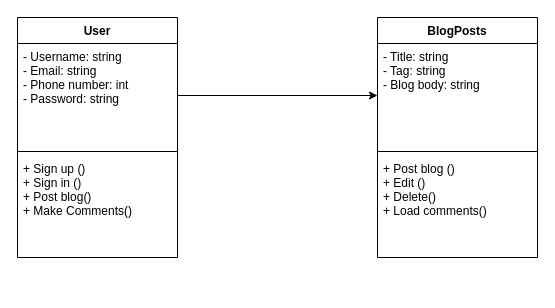
Earlier version of the draw.io diagram Group_1_UML/ClassILL.drawio (BlackboardYang/BlogYangBofan). Source tidied: cells renumbered, new cells numbered last; positions are measured from the earlier drawing's top-left corner, leaving out a move shared by most shapes. Both pictures are drawn from the tidied source at 100%, with x=0, y=0 at pixel (17, 17).
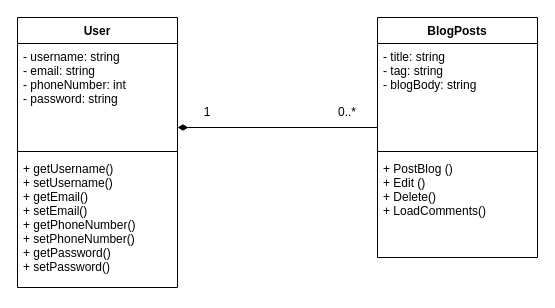
After the change.

Change to the diagram source:
```diff
@@
 <mxGraphModel>
   <root>
     <mxCell id="0" />
     <mxCell id="1" parent="0" />
-    <mxCell id="2" value="User" style="swimlane;fontStyle=1;align=center;verticalAlign=top;horizontal=1;startSize=26;" parent="1" vertex="1">
-      <mxGeometry width="160" height="240" as="geometry" />
-    </mxCell>
-    <mxCell id="3" value="- Username: string&#10;- Email: string&#10;- Phone number: int&#10;- Password: string" style="text;strokeColor=none;fillColor=none;align=left;verticalAlign=top;spacingLeft=4;spacingRight=4;overflow=hidden;points=[[0,0.5],[1,0.5]];portConstraint=eastwest;" parent="2" vertex="1">
-      <mxGeometry y="26" width="160" height="104" as="geometry" />
-    </mxCell>
-    <mxCell id="4" style="line;strokeWidth=1;fillColor=none;align=left;verticalAlign=middle;spacingTop=-1;spacingLeft=3;spacingRight=3;labelPosition=right;" parent="2" vertex="1">
-      <mxGeometry y="130" width="160" height="8" as="geometry" />
-    </mxCell>
-    <mxCell id="5" value="+ Sign up ()&#10;+ Sign in ()&#10;+ Post blog()&#10;+ Make Comments()" style="text;strokeColor=none;fillColor=none;align=left;verticalAlign=top;spacingLeft=4;spacingRight=4;overflow=hidden;" parent="2" vertex="1">
-      <mxGeometry y="138" width="160" height="102" as="geometry" />
-    </mxCell>
     <mxCell id="6" value="BlogPosts" style="swimlane;fontStyle=1;align=center;verticalAlign=top;horizontal=1;startSize=26;" parent="1" vertex="1">
       <mxGeometry x="360" width="160" height="240" as="geometry" />
     </mxCell>
-    <mxCell id="7" value="- Title: string&#10;- Tag: string&#10;- Blog body: string" style="text;strokeColor=none;fillColor=none;align=left;verticalAlign=top;spacingLeft=4;spacingRight=4;overflow=hidden;points=[[0,0.5],[1,0.5]];portConstraint=eastwest;" parent="6" vertex="1">
+    <mxCell id="7" value="- title: string&#10;- tag: string&#10;- blogBody: string" style="text;strokeColor=none;fillColor=none;align=left;verticalAlign=top;spacingLeft=4;spacingRight=4;overflow=hidden;points=[[0,0.5],[1,0.5]];portConstraint=eastwest;" parent="6" vertex="1">
       <mxGeometry y="26" width="160" height="104" as="geometry" />
     </mxCell>
     <mxCell id="8" style="line;strokeWidth=1;fillColor=none;align=left;verticalAlign=middle;spacingTop=-1;spacingLeft=3;spacingRight=3;labelPosition=right;" parent="6" vertex="1">
       <mxGeometry y="130" width="160" height="8" as="geometry" />
     </mxCell>
-    <mxCell id="9" value="+ Post blog ()&#10;+ Edit ()&#10;+ Delete()&#10;+ Load comments()" style="text;strokeColor=none;fillColor=none;align=left;verticalAlign=top;spacingLeft=4;spacingRight=4;overflow=hidden;" parent="6" vertex="1">
+    <mxCell id="9" value="+ PostBlog ()&#10;+ Edit ()&#10;+ Delete()&#10;+ LoadComments()" style="text;strokeColor=none;fillColor=none;align=left;verticalAlign=top;spacingLeft=4;spacingRight=4;overflow=hidden;" parent="6" vertex="1">
       <mxGeometry y="138" width="160" height="102" as="geometry" />
     </mxCell>
-    <mxCell id="10" style="edgeStyle=orthogonalEdgeStyle;rounded=0;jettySize=auto;html=1;entryX=0;entryY=0.5;entryDx=0;entryDy=0;" parent="1" edge="1" source="3" target="7">
-      <mxGeometry relative="1" as="geometry" />
-    </mxCell>
+    <mxCell id="11" style="endArrow=none;startArrow=diamondThin;endFill=0;startFill=1;html=1;verticalAlign=bottom;labelBackgroundColor=none;strokeWidth=1;startSize=8;endSize=8;rounded=0;entryX=-0.003;entryY=0.808;entryDx=0;entryDy=0;entryPerimeter=0;" parent="1" edge="1" target="7">
+      <mxGeometry relative="1" as="geometry">
+        <mxPoint x="160" y="110" as="sourcePoint" />
+      </mxGeometry>
+    </mxCell>
+    <mxCell id="12" value="1" style="text;html=1;strokeColor=none;fillColor=none;align=center;verticalAlign=middle;whiteSpace=wrap;rounded=0;" parent="1" vertex="1">
+      <mxGeometry x="160" y="80" width="60" height="30" as="geometry" />
+    </mxCell>
+    <mxCell id="13" value="0..*" style="text;html=1;strokeColor=none;fillColor=none;align=center;verticalAlign=middle;whiteSpace=wrap;rounded=0;" parent="1" vertex="1">
+      <mxGeometry x="300" y="80" width="60" height="30" as="geometry" />
+    </mxCell>
+    <mxCell id="2" value="User" style="swimlane;fontStyle=1;align=center;verticalAlign=top;horizontal=1;startSize=26;" parent="1" vertex="1">
+      <mxGeometry width="160" height="270" as="geometry" />
+    </mxCell>
+    <mxCell id="14" value="- username: string&#10;- email: string&#10;- phoneNumber: int&#10;- password: string" style="text;strokeColor=none;fillColor=none;align=left;verticalAlign=top;spacingLeft=4;spacingRight=4;overflow=hidden;" parent="2" vertex="1">
+      <mxGeometry y="26" width="160" height="104" as="geometry" />
+    </mxCell>
+    <mxCell id="4" style="line;strokeWidth=1;fillColor=none;align=left;verticalAlign=middle;spacingTop=-1;spacingLeft=3;spacingRight=3;labelPosition=right;" parent="2" vertex="1">
+      <mxGeometry y="130" width="160" height="8" as="geometry" />
+    </mxCell>
+    <mxCell id="15" value="+ getUsername()&#10;+ setUsername()&#10;+ getEmail()&#10;+ setEmail()&#10;+ getPhoneNumber()&#10;+ setPhoneNumber()&#10;+ getPassword()&#10;+ setPassword()" style="text;strokeColor=none;fillColor=none;align=left;verticalAlign=top;spacingLeft=4;spacingRight=4;overflow=hidden;" parent="2" vertex="1">
+      <mxGeometry y="138" width="160" height="132" as="geometry" />
+    </mxCell>
   </root>
 </mxGraphModel>
```
